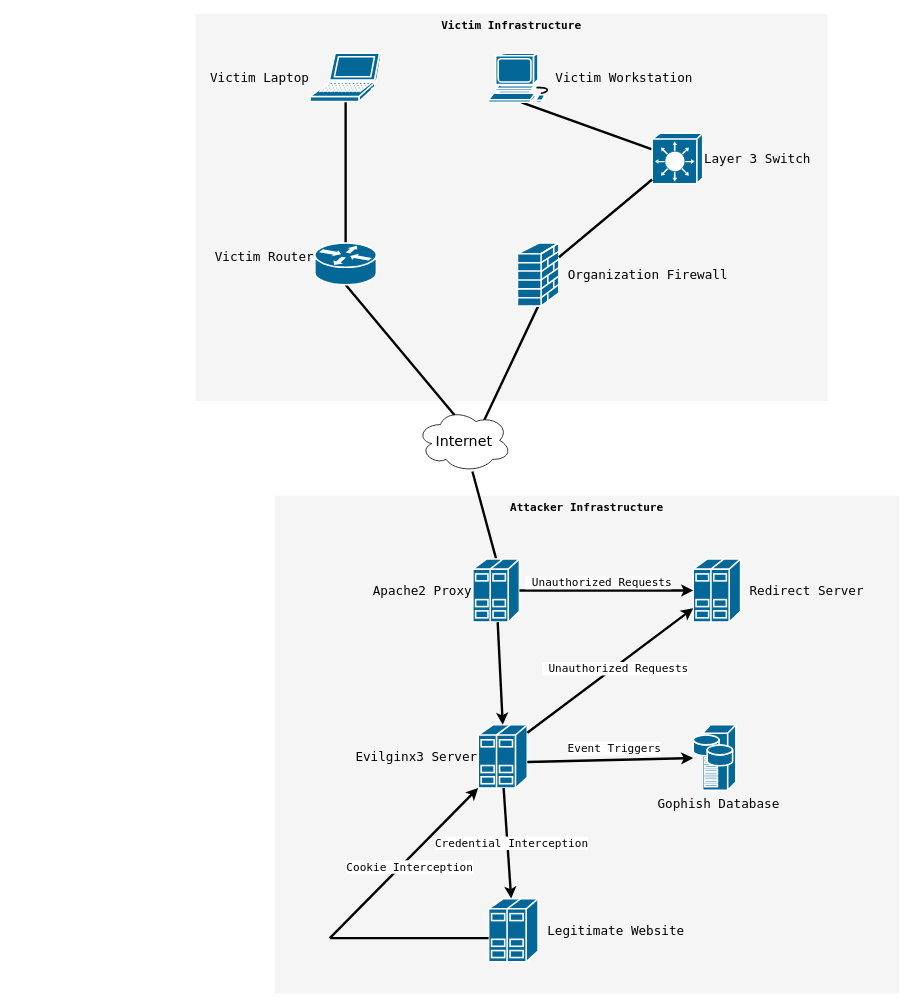
Above: diagram/Diagram.drawio in fin3ss3g0d/evilgophish (draw.io), before the change. Source tidied: cells renumbered, new cells numbered last; positions are measured from the earlier drawing's top-left corner, leaving out a move shared by most shapes. Both pictures are drawn from the tidied source at 79%, with x=0, y=0 at pixel (195, 13).
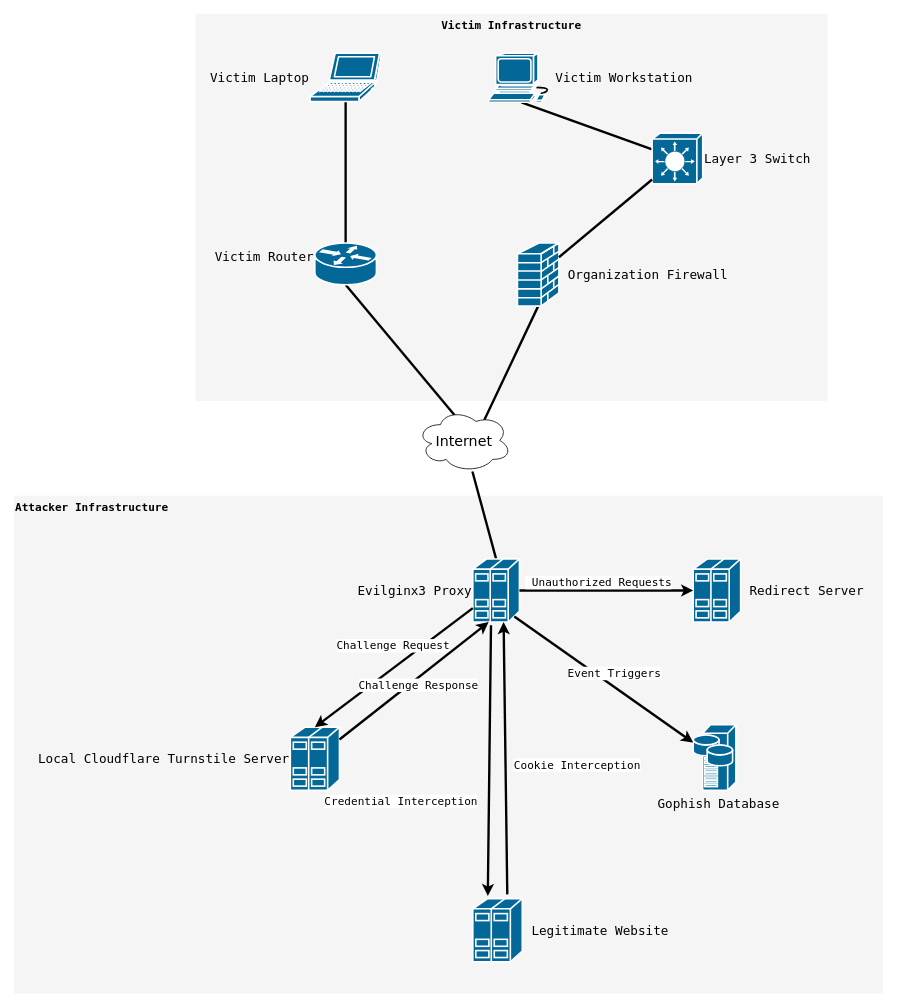
The same diagram, later.

Commit message (it also covers changes not shown here):
diagram tweak

Unchanged cells that the change refers to:
```xml
<mxCell id="17" value="&lt;font style=&quot;font-size: 16px;&quot; face=&quot;Lucida Console&quot;&gt;&amp;nbsp;Redirect Server&lt;/font&gt;" style="shape=mxgraph.cisco.servers.standard_host;sketch=0;html=1;dashed=0;fillColor=#036897;strokeColor=#ffffff;strokeWidth=2;verticalLabelPosition=middle;verticalAlign=middle;align=left;outlineConnect=0;labelPosition=right;fontSize=18;" parent="1" vertex="1">
  <mxGeometry x="630" y="690" width="60" height="80" as="geometry" />
</mxCell>
<mxCell id="21" value="&lt;font style=&quot;font-size: 16px;&quot; face=&quot;Lucida Console&quot;&gt;&amp;nbsp;Gophish Database&lt;/font&gt;" style="shape=mxgraph.cisco.servers.storage_server;sketch=0;html=1;dashed=0;fillColor=#036897;strokeColor=#ffffff;strokeWidth=2;verticalLabelPosition=bottom;verticalAlign=top;align=center;outlineConnect=0;fontSize=18;" parent="1" vertex="1">
  <mxGeometry x="630" y="900" width="54" height="83" as="geometry" />
</mxCell>
```

Diff of the diagram source:
```diff
@@
-    <mxCell id="3" value="&lt;font style=&quot;font-size: 14px;&quot; face=&quot;Lucida Console&quot;&gt;Attacker Infrastructure&lt;/font&gt;" style="whiteSpace=wrap;html=1;rounded=0;shadow=0;comic=0;strokeWidth=1;fontFamily=Verdana;fontSize=14;fillColor=#f5f5f5;strokeColor=none;fontStyle=1;verticalAlign=top;" parent="1" vertex="1">
-      <mxGeometry x="100" y="610" width="791" height="630" as="geometry" />
+    <mxCell id="3" value="&lt;font face=&quot;Lucida Console&quot; style=&quot;font-size: 14px;&quot;&gt;Attacker Infrastructure&lt;/font&gt;" style="whiteSpace=wrap;html=1;rounded=0;shadow=0;comic=0;strokeWidth=1;fontFamily=Verdana;fontSize=14;fillColor=#f5f5f5;strokeColor=none;fontStyle=1;verticalAlign=top;align=left;" parent="1" vertex="1">
+      <mxGeometry x="-230" y="610" width="1100" height="630" as="geometry" />
     </mxCell>
@@
-    <mxCell id="16" value="&lt;font face=&quot;Lucida Console&quot; style=&quot;font-size: 16px;&quot;&gt;&amp;nbsp;Apache2 Proxy&lt;/font&gt;" style="shape=mxgraph.cisco.servers.standard_host;sketch=0;html=1;dashed=0;fillColor=#036897;strokeColor=#ffffff;strokeWidth=2;verticalLabelPosition=middle;verticalAlign=middle;align=right;outlineConnect=0;labelPosition=left;fontSize=18;" parent="1" vertex="1">
+    <mxCell id="16" value="&lt;font face=&quot;Lucida Console&quot; style=&quot;font-size: 16px;&quot;&gt;Evilginx3 Proxy&lt;/font&gt;" style="shape=mxgraph.cisco.servers.standard_host;sketch=0;html=1;dashed=0;fillColor=#036897;strokeColor=#ffffff;strokeWidth=2;verticalLabelPosition=middle;verticalAlign=middle;align=right;outlineConnect=0;labelPosition=left;fontSize=18;" parent="1" vertex="1">
       <mxGeometry x="351" y="690" width="59" height="80" as="geometry" />
     </mxCell>
@@
-    <mxCell id="18" value="&lt;font style=&quot;font-size: 16px;&quot; face=&quot;Lucida Console&quot;&gt;&amp;nbsp;Evilginx3 Server&lt;/font&gt;" style="shape=mxgraph.cisco.servers.standard_host;sketch=0;html=1;dashed=0;fillColor=#036897;strokeColor=#ffffff;strokeWidth=2;verticalLabelPosition=middle;verticalAlign=middle;align=right;outlineConnect=0;labelPosition=left;fontSize=18;" parent="1" vertex="1">
-      <mxGeometry x="357.8" y="900" width="62.2" height="80" as="geometry" />
+    <mxCell id="18" value="&lt;font style=&quot;font-size: 16px;&quot; face=&quot;Lucida Console&quot;&gt;&amp;nbsp;Local Cloudflare Turnstile Server&lt;/font&gt;" style="shape=mxgraph.cisco.servers.standard_host;sketch=0;html=1;dashed=0;fillColor=#036897;strokeColor=#ffffff;strokeWidth=2;verticalLabelPosition=middle;verticalAlign=middle;align=right;outlineConnect=0;labelPosition=left;fontSize=18;" parent="1" vertex="1">
+      <mxGeometry x="120" y="903" width="62.2" height="80" as="geometry" />
     </mxCell>
     <mxCell id="19" value="&lt;font style=&quot;font-size: 16px;&quot; face=&quot;Lucida Console&quot;&gt;&amp;nbsp;Legitimate Website&lt;/font&gt;" style="shape=mxgraph.cisco.servers.standard_host;sketch=0;html=1;dashed=0;fillColor=#036897;strokeColor=#ffffff;strokeWidth=2;verticalLabelPosition=middle;verticalAlign=middle;align=left;outlineConnect=0;labelPosition=right;fontSize=18;" parent="1" vertex="1">
-      <mxGeometry x="371" y="1120" width="62.6" height="80" as="geometry" />
+      <mxGeometry x="351" y="1120" width="62.6" height="80" as="geometry" />
     </mxCell>
-    <mxCell id="20" style="edgeStyle=none;html=1;labelBackgroundColor=none;startFill=0;endArrow=none;endFill=0;strokeWidth=3;fontFamily=Verdana;fontSize=12;" parent="1" edge="1">
-      <mxGeometry relative="1" as="geometry">
-        <mxPoint x="170" y="1170" as="sourcePoint" />
-        <mxPoint x="371" y="1170" as="targetPoint" />
-        <Array as="points">
-          <mxPoint x="270" y="1170" />
-        </Array>
-      </mxGeometry>
-    </mxCell>
@@
-    <mxCell id="22" style="endArrow=classic;html=1;rounded=0;arcSize=20;strokeWidth=3;entryX=0.5;entryY=0;entryDx=0;entryDy=0;entryPerimeter=0;" parent="1" edge="1" source="16" target="18">
-      <mxGeometry relative="1" as="geometry" />
+    <mxCell id="22" value="Challenge Request" style="endArrow=classic;html=1;rounded=0;arcSize=20;strokeWidth=3;entryX=0.5;entryY=0;entryDx=0;entryDy=0;entryPerimeter=0;fontFamily=Lucida Console;fontSize=14;" parent="1" edge="1" source="16" target="18">
+      <mxGeometry x="-0.13" y="-23" relative="1" as="geometry" />
     </mxCell>
@@
-    <mxCell id="24" value="&lt;font style=&quot;font-size: 14px;&quot; face=&quot;Lucida Console&quot;&gt;&amp;nbsp;&lt;font style=&quot;font-size: 14px;&quot;&gt;Unauthorized Requests&lt;/font&gt;&lt;/font&gt;" style="endArrow=classic;html=1;rounded=0;arcSize=20;strokeWidth=3;" parent="1" edge="1" target="17">
-      <mxGeometry x="0.04" y="-2" relative="1" as="geometry">
-        <mxPoint x="420" y="910" as="sourcePoint" />
-      </mxGeometry>
-    </mxCell>
-    <mxCell id="25" value="&lt;font face=&quot;Lucida Console&quot; style=&quot;font-size: 14px;&quot;&gt;Event Triggers&lt;/font&gt;" style="endArrow=classic;html=1;rounded=0;arcSize=20;strokeWidth=3;" parent="1" edge="1" target="21">
-      <mxGeometry x="0.05" y="14" relative="1" as="geometry">
-        <mxPoint x="420" y="947" as="sourcePoint" />
-      </mxGeometry>
+    <mxCell id="25" value="&lt;font face=&quot;Lucida Console&quot; style=&quot;font-size: 14px;&quot;&gt;Event Triggers&lt;/font&gt;" style="endArrow=classic;html=1;rounded=0;arcSize=20;strokeWidth=3;exitX=0.89;exitY=0.91;exitDx=0;exitDy=0;exitPerimeter=0;" parent="1" edge="1" source="16" target="21">
+      <mxGeometry x="0.05" y="14" relative="1" as="geometry" />
     </mxCell>
-    <mxCell id="26" value="&lt;font face=&quot;Lucida Console&quot; style=&quot;font-size: 14px;&quot;&gt;Credential Interception&lt;/font&gt;" style="endArrow=classic;html=1;rounded=0;arcSize=20;strokeWidth=3;" parent="1" edge="1" target="19">
-      <mxGeometry x="0.01" y="5" relative="1" as="geometry">
-        <mxPoint x="390" y="980" as="sourcePoint" />
-      </mxGeometry>
+    <mxCell id="26" value="&lt;font face=&quot;Lucida Console&quot; style=&quot;font-size: 14px;&quot;&gt;Credential Interception&lt;/font&gt;" style="endArrow=classic;html=1;rounded=0;arcSize=20;strokeWidth=3;entryX=0.303;entryY=-0.042;entryDx=0;entryDy=0;entryPerimeter=0;exitX=0.39;exitY=1.05;exitDx=0;exitDy=0;exitPerimeter=0;" parent="1" edge="1" source="16" target="19">
+      <mxGeometry x="0.31" y="-111" relative="1" as="geometry" />
     </mxCell>
+    <mxCell id="28" value="&lt;font face=&quot;Lucida Console&quot; style=&quot;font-size: 14px;&quot;&gt;Challenge Response&lt;/font&gt;" style="endArrow=classic;html=1;rounded=0;arcSize=20;strokeWidth=3;entryX=0;entryY=1;entryDx=0;entryDy=0;entryPerimeter=0;" parent="1" edge="1" source="18">
+      <mxGeometry x="0.01" y="-8" relative="1" as="geometry">
+        <mxPoint x="371" y="770" as="targetPoint" />
+      </mxGeometry>
+    </mxCell>
-    <mxCell id="27" value="&lt;font face=&quot;Lucida Console&quot; style=&quot;font-size: 14px;&quot;&gt;Cookie Interception&lt;/font&gt;" style="endArrow=classic;html=1;rounded=0;arcSize=20;strokeWidth=3;entryX=0;entryY=1;entryDx=0;entryDy=0;entryPerimeter=0;" parent="1" edge="1" target="18">
-      <mxGeometry x="0.01" y="-8" relative="1" as="geometry">
-        <mxPoint x="170" y="1170" as="sourcePoint" />
-      </mxGeometry>
+    <mxCell id="27" value="&lt;font face=&quot;Lucida Console&quot; style=&quot;font-size: 14px;&quot;&gt;Cookie Interception&lt;/font&gt;" style="endArrow=classic;html=1;rounded=0;arcSize=20;strokeWidth=3;entryX=0.661;entryY=1;entryDx=0;entryDy=0;entryPerimeter=0;exitX=0.697;exitY=-0.067;exitDx=0;exitDy=0;exitPerimeter=0;" parent="1" edge="1" source="19" target="16">
+      <mxGeometry x="-0.06" y="-91" relative="1" as="geometry" />
     </mxCell>
```
